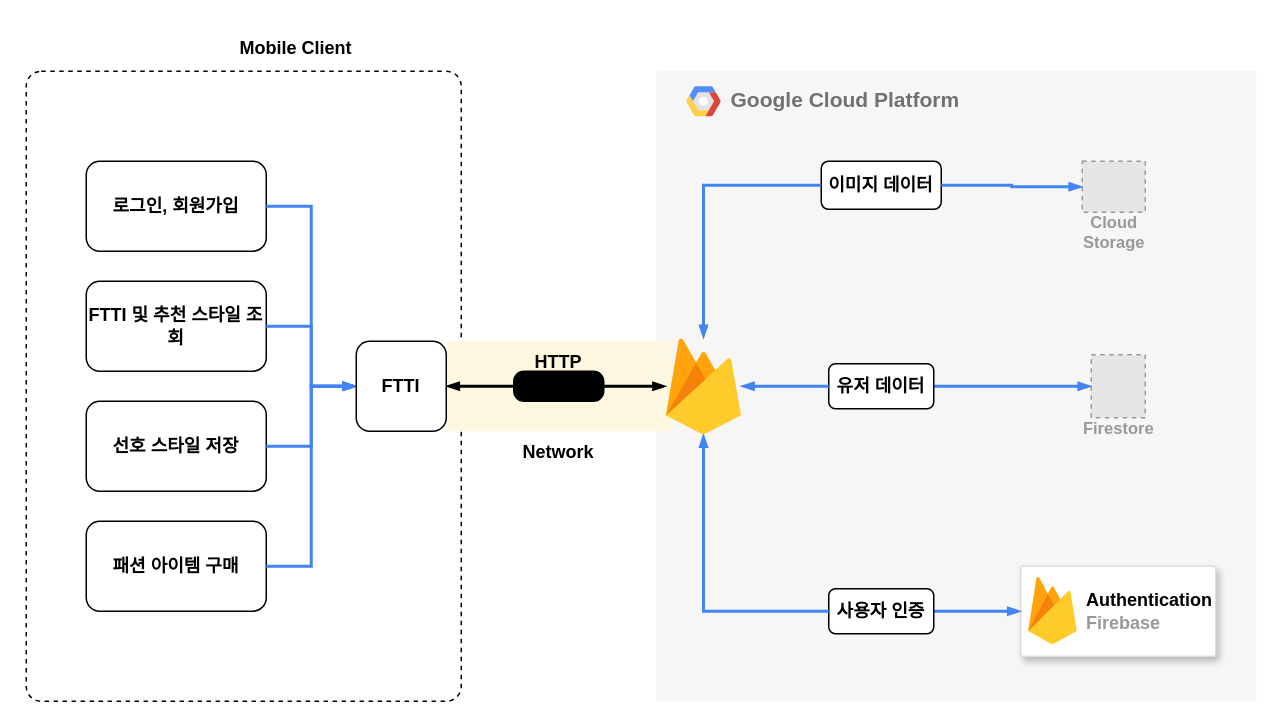
The draw.io diagram Doc/Diagrams/시스템구성도_20240607수정.drawio in CSID-DGU/2024-1-OSSProj-ComfyRide-01, before the edit. Source tidied: cells renumbered, new cells numbered last; positions are measured from the earlier drawing's top-left corner, leaving out a move shared by most shapes. Both pictures are drawn from the tidied source at 150%, with x=0, y=0 at pixel (26, 26). Pictures stored in the file or linked from it are replaced by grey dashed boxes.
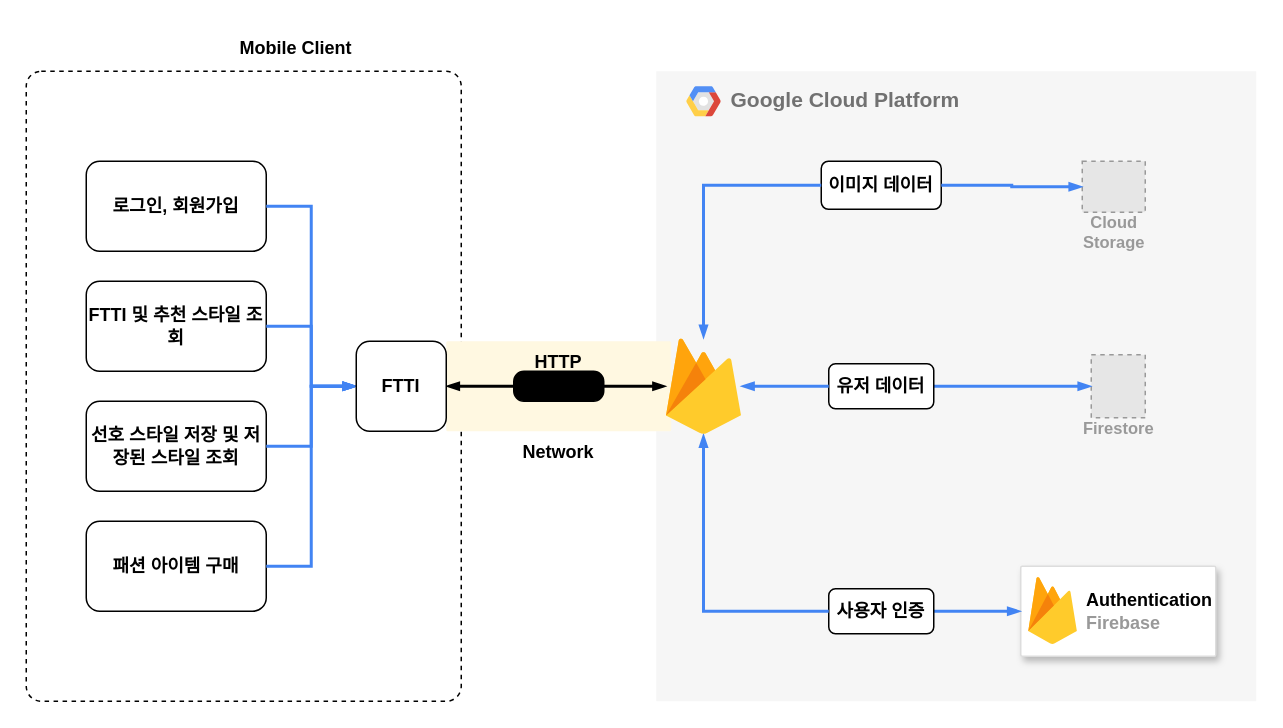
Above is the later version.

Commit message:
시스템구성도_20240607수정.drawio 업데이트

Diff of the diagram source:
```diff
@@
-    <mxCell id="5" value="선호 스타일 저장" style="rounded=1;whiteSpace=wrap;html=1;fontStyle=1;" parent="1" vertex="1">
+    <mxCell id="5" value="선호 스타일 저장 및 저장된 스타일 조회" style="rounded=1;whiteSpace=wrap;html=1;fontStyle=1;" parent="1" vertex="1">
       <mxGeometry x="40" y="250" width="120" height="60" as="geometry" />
     </mxCell>
```
